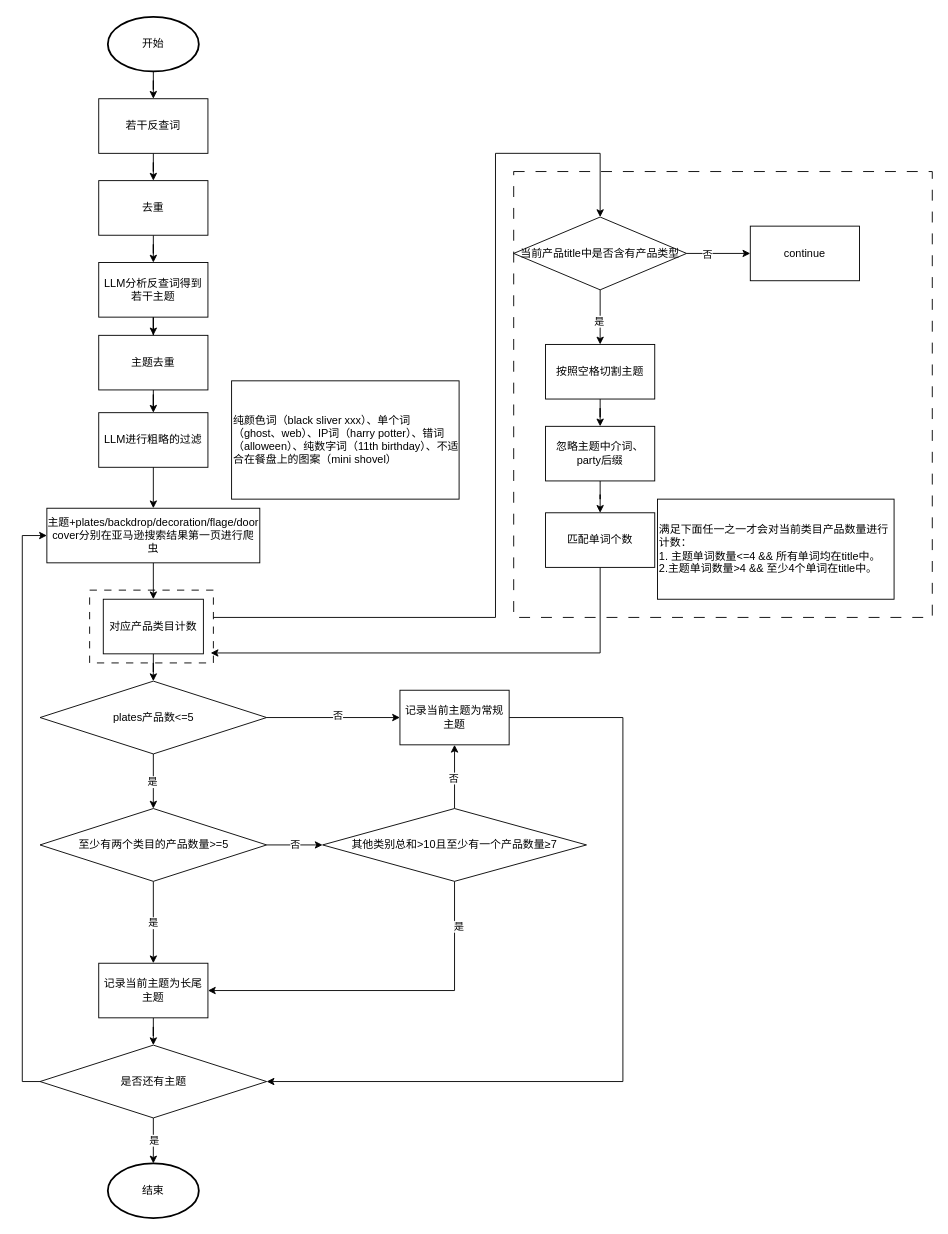
Above: 长尾词判断流程.drawio in sinzyh/draw.io (draw.io), before the change. Source tidied: cells renumbered, new cells numbered last; positions are measured from the earlier drawing's top-left corner, leaving out a move shared by most shapes. Both pictures are drawn from the tidied source at 91%, with x=0, y=0 at pixel (22, 16).
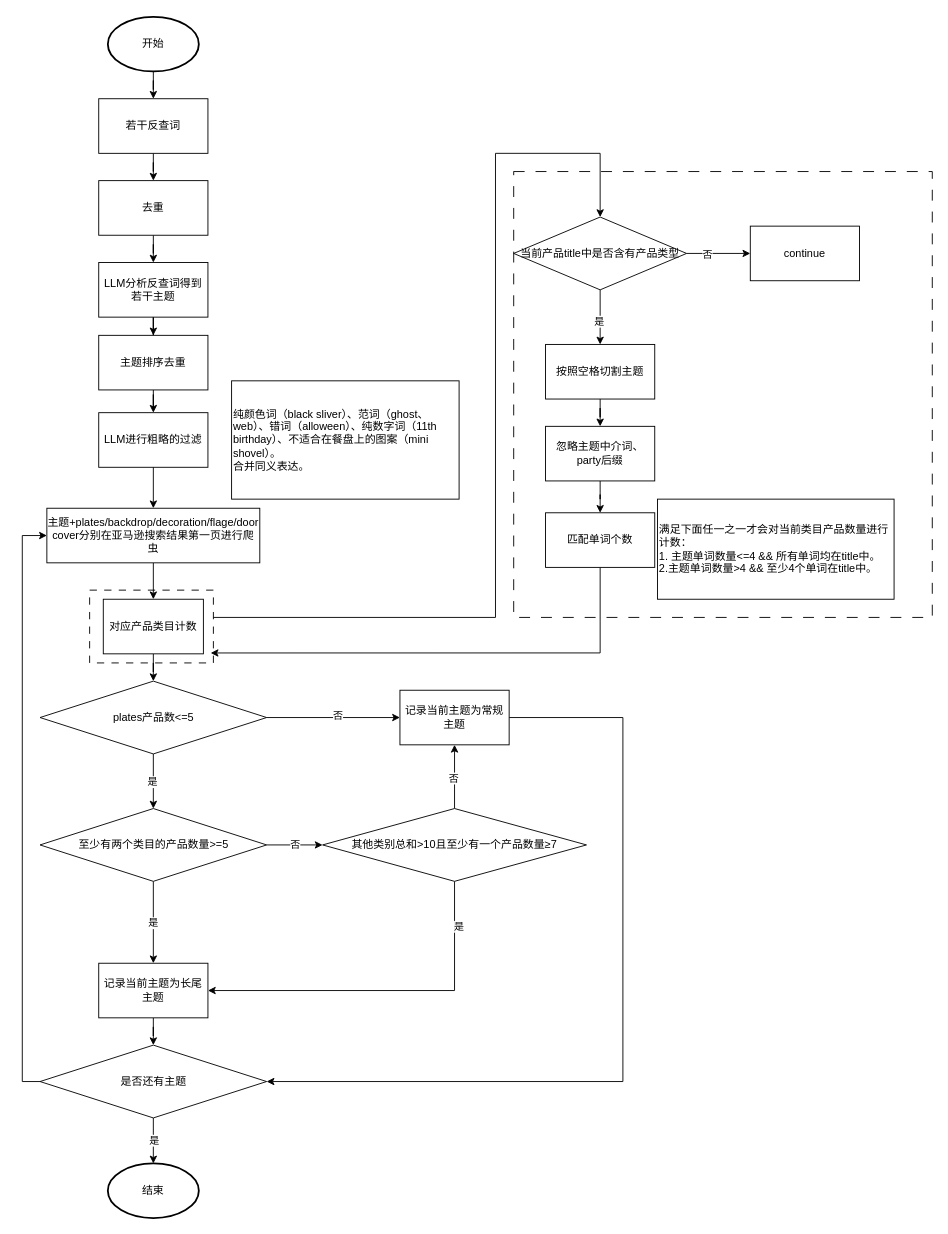
After the change.

Commit message:
更新长尾词判断流程.drawio

The change refers to these unchanged cells:
```xml
<mxCell id="5" style="group;" parent="1" vertex="1">
  <mxGeometry x="84" y="400" width="396" height="130" as="geometry" />
</mxCell>
```

Change to the diagram source:
```diff
@@
-    <mxCell id="7" value="纯颜色词（black sliver xxx）、单个词（ghost、web）、IP词（harry potter）、错词（alloween）、纯数字词（11th birthday）、不适合在餐盘上的图案（mini shovel）" style="text;html=1;whiteSpace=wrap;strokeColor=default;fillColor=none;align=left;verticalAlign=middle;rounded=0;" parent="5" vertex="1">
+    <mxCell id="7" value="纯颜色词（black sliver）、范词（ghost、web）、错词（alloween）、纯数字词（11th birthday）、不适合在餐盘上的图案（mini shovel）。&lt;div&gt;合并同义表达。&lt;/div&gt;" style="text;html=1;whiteSpace=wrap;strokeColor=default;fillColor=none;align=left;verticalAlign=middle;rounded=0;" parent="5" vertex="1">
       <mxGeometry x="146" width="250" height="130" as="geometry" />
     </mxCell>
@@
-    <mxCell id="13" value="主题去重" style="rounded=0;whiteSpace=wrap;html=1;" parent="1" vertex="1">
+    <mxCell id="13" value="主题排序去重" style="rounded=0;whiteSpace=wrap;html=1;" parent="1" vertex="1">
       <mxGeometry x="84" y="350" width="120" height="60" as="geometry" />
     </mxCell>
```
